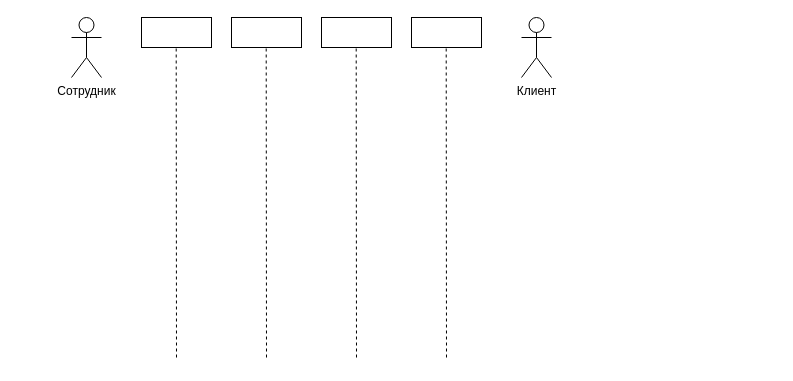
This is sequence_diagram_example.drawio from L-Valentine/Plantuml, a draw.io file, before an edit. Source tidied: cells renumbered, new cells numbered last; positions are measured from the earlier drawing's top-left corner, leaving out a move shared by most shapes. Both pictures are drawn from the tidied source at 100%, with x=0, y=0 at pixel (71, 17).
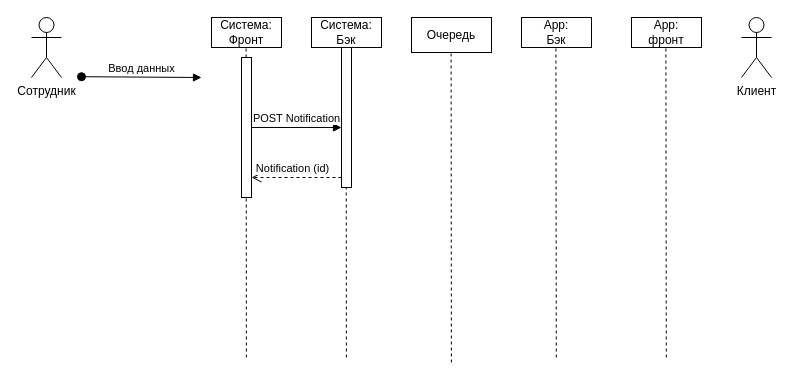
The same page after the edit.

Change to the diagram source:
```diff
@@
     <mxCell id="2" value="Сотрудник" style="shape=umlActor;verticalLabelPosition=bottom;verticalAlign=top;html=1;" parent="1" vertex="1">
-      <mxGeometry width="30" height="60" as="geometry" />
+      <mxGeometry x="-40" width="30" height="60" as="geometry" />
     </mxCell>
     <mxCell id="3" value="Клиент" style="shape=umlActor;verticalLabelPosition=bottom;verticalAlign=top;html=1;" parent="1" vertex="1">
-      <mxGeometry x="450" width="30" height="60" as="geometry" />
+      <mxGeometry x="670" width="30" height="60" as="geometry" />
     </mxCell>
-    <mxCell id="4" style="rounded=0;whiteSpace=wrap;html=1;" parent="1" vertex="1">
-      <mxGeometry x="70" width="70" height="30" as="geometry" />
+    <mxCell id="4" value="Система:&lt;br&gt;Фронт" style="rounded=0;whiteSpace=wrap;html=1;" parent="1" vertex="1">
+      <mxGeometry x="140" width="70" height="30" as="geometry" />
     </mxCell>
-    <mxCell id="5" style="rounded=0;whiteSpace=wrap;html=1;" parent="1" vertex="1">
-      <mxGeometry x="160" width="70" height="30" as="geometry" />
+    <mxCell id="5" value="Система:&lt;br&gt;Бэк" style="rounded=0;whiteSpace=wrap;html=1;" parent="1" vertex="1">
+      <mxGeometry x="240" width="70" height="30" as="geometry" />
     </mxCell>
-    <mxCell id="6" style="rounded=0;whiteSpace=wrap;html=1;" parent="1" vertex="1">
-      <mxGeometry x="250" width="70" height="30" as="geometry" />
+    <mxCell id="6" value="App:&lt;br&gt;Бэк" style="rounded=0;whiteSpace=wrap;html=1;" parent="1" vertex="1">
+      <mxGeometry x="450" width="70" height="30" as="geometry" />
     </mxCell>
-    <mxCell id="7" style="rounded=0;whiteSpace=wrap;html=1;" parent="1" vertex="1">
-      <mxGeometry x="340" width="70" height="30" as="geometry" />
+    <mxCell id="7" value="App:&lt;br&gt;фронт" style="rounded=0;whiteSpace=wrap;html=1;" parent="1" vertex="1">
+      <mxGeometry x="560" width="70" height="30" as="geometry" />
     </mxCell>
     <mxCell id="8" style="endArrow=none;dashed=1;html=1;rounded=0;" parent="1" edge="1">
       <mxGeometry relative="1" as="geometry">
-        <mxPoint x="105" y="340" as="sourcePoint" />
-        <mxPoint x="104.7" y="30" as="targetPoint" />
+        <mxPoint x="174.9" y="340" as="sourcePoint" />
+        <mxPoint x="174.6" y="30" as="targetPoint" />
       </mxGeometry>
     </mxCell>
     <mxCell id="9" style="endArrow=none;dashed=1;html=1;rounded=0;" parent="1" edge="1">
       <mxGeometry relative="1" as="geometry">
-        <mxPoint x="195" y="340" as="sourcePoint" />
-        <mxPoint x="194.7" y="30" as="targetPoint" />
+        <mxPoint x="274.9" y="340" as="sourcePoint" />
+        <mxPoint x="274.6" y="30" as="targetPoint" />
       </mxGeometry>
     </mxCell>
     <mxCell id="10" style="endArrow=none;dashed=1;html=1;rounded=0;" parent="1" edge="1">
       <mxGeometry relative="1" as="geometry">
-        <mxPoint x="285" y="340" as="sourcePoint" />
-        <mxPoint x="284.7" y="30" as="targetPoint" />
+        <mxPoint x="484.8" y="340" as="sourcePoint" />
+        <mxPoint x="484.4" y="30" as="targetPoint" />
       </mxGeometry>
     </mxCell>
     <mxCell id="11" style="endArrow=none;dashed=1;html=1;rounded=0;" parent="1" edge="1">
       <mxGeometry relative="1" as="geometry">
-        <mxPoint x="375" y="340" as="sourcePoint" />
-        <mxPoint x="374.7" y="30" as="targetPoint" />
+        <mxPoint x="594.8" y="340" as="sourcePoint" />
+        <mxPoint x="594.4" y="30" as="targetPoint" />
       </mxGeometry>
     </mxCell>
+    <mxCell id="12" value="Ввод данных" style="html=1;verticalAlign=bottom;startArrow=oval;startFill=1;endArrow=block;startSize=8;curved=0;rounded=0;" parent="1" edge="1">
+      <mxGeometry relative="1" as="geometry">
+        <mxPoint x="10" y="59.2" as="sourcePoint" />
+        <mxPoint x="130" y="60" as="targetPoint" />
+      </mxGeometry>
+    </mxCell>
+    <mxCell id="13" style="html=1;points=[[0,0,0,0,5],[0,1,0,0,-5],[1,0,0,0,5],[1,1,0,0,-5]];perimeter=orthogonalPerimeter;outlineConnect=0;targetShapes=umlLifeline;portConstraint=eastwest;newEdgeStyle={&quot;curved&quot;:0,&quot;rounded&quot;:0};" parent="1" vertex="1">
+      <mxGeometry x="170" y="40" width="10" height="140" as="geometry" />
+    </mxCell>
+    <mxCell id="14" value="POST Notification" style="html=1;verticalAlign=bottom;endArrow=block;curved=0;rounded=0;" parent="1" edge="1" source="13" target="15">
+      <mxGeometry relative="1" as="geometry" />
+    </mxCell>
+    <mxCell id="15" style="html=1;points=[[0,0,0,0,5],[0,1,0,0,-5],[1,0,0,0,5],[1,1,0,0,-5]];perimeter=orthogonalPerimeter;outlineConnect=0;targetShapes=umlLifeline;portConstraint=eastwest;newEdgeStyle={&quot;curved&quot;:0,&quot;rounded&quot;:0};" parent="1" vertex="1">
+      <mxGeometry x="270" y="30" width="10" height="140" as="geometry" />
+    </mxCell>
+    <mxCell id="16" value="Notification (id)" style="html=1;verticalAlign=bottom;endArrow=open;dashed=1;endSize=8;curved=0;rounded=0;" parent="1" edge="1">
+      <mxGeometry x="0.09" relative="1" as="geometry">
+        <mxPoint x="270" y="160" as="sourcePoint" />
+        <mxPoint x="180" y="160" as="targetPoint" />
+      </mxGeometry>
+    </mxCell>
+    <mxCell id="17" value="Очередь" style="html=1;whiteSpace=wrap;" parent="1" vertex="1">
+      <mxGeometry x="340" width="80" height="35" as="geometry" />
+    </mxCell>
+    <mxCell id="18" style="endArrow=none;dashed=1;html=1;rounded=0;" parent="1" edge="1">
+      <mxGeometry relative="1" as="geometry">
+        <mxPoint x="379.9" y="345" as="sourcePoint" />
+        <mxPoint x="379.6" y="35" as="targetPoint" />
+      </mxGeometry>
+    </mxCell>
```
